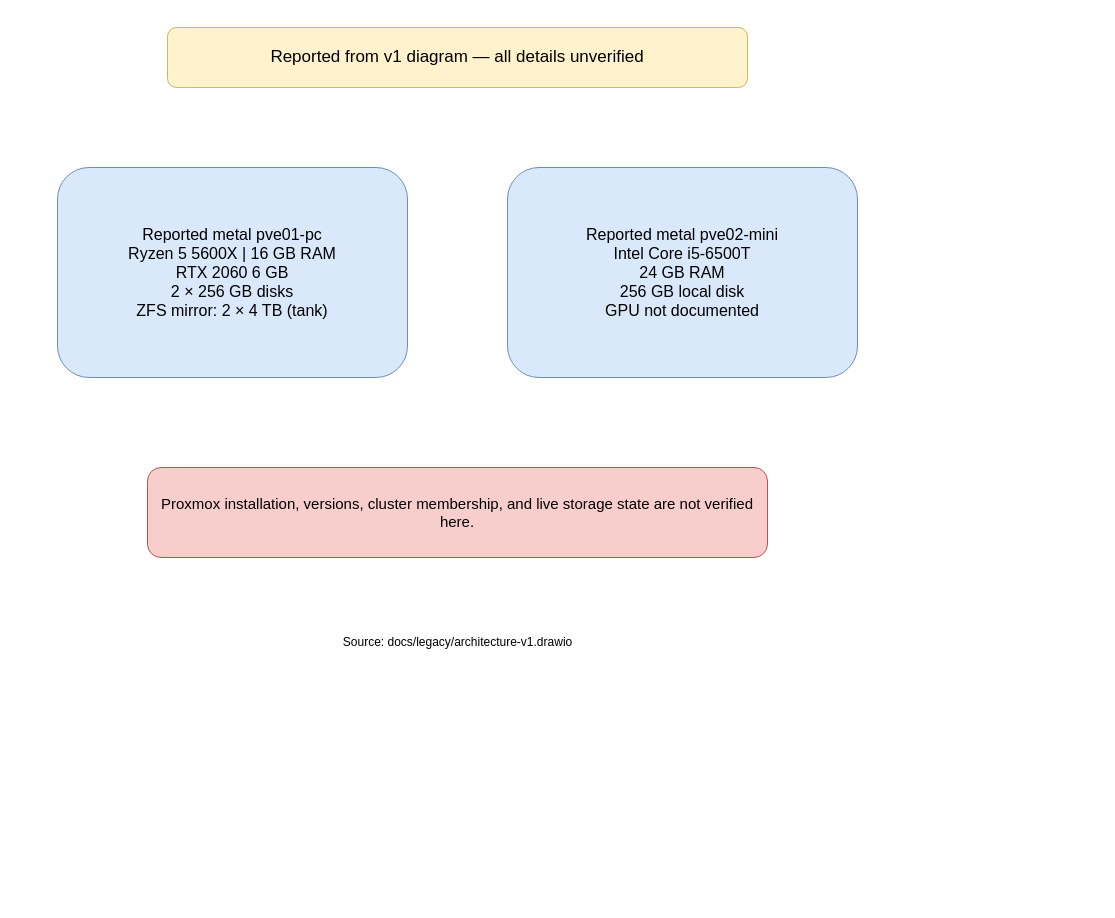
Before: diagrams/physical.drawio in WillGle/homelab, a draw.io diagram. Source tidied: cells renumbered, new cells numbered last; positions are measured from the earlier drawing's top-left corner, leaving out a move shared by most shapes. Both pictures are drawn from the tidied source at 100%, with x=0, y=0 at pixel (57, 27).
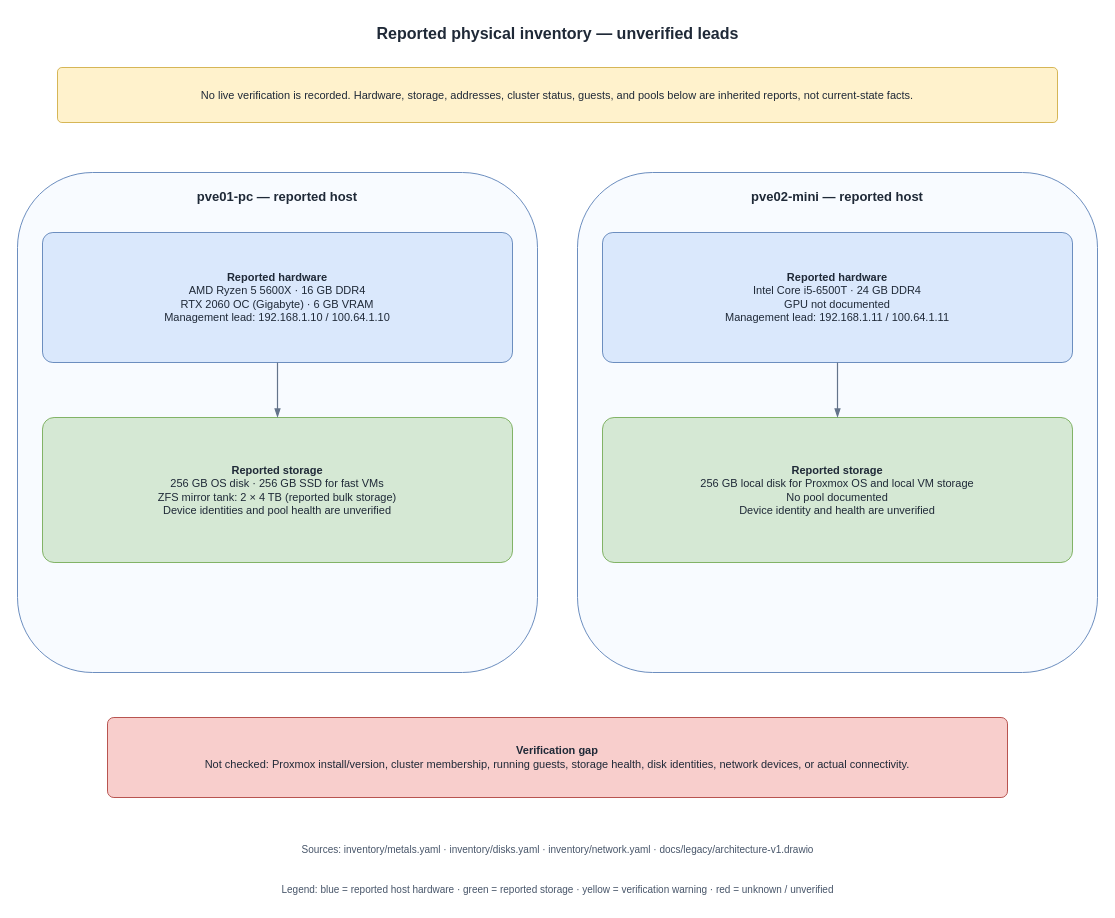
The same diagram, later.

Commit message (it also covers changes not shown here):
Redraw architecture diagrams

Change to the diagram source:
```diff
@@
-<mxGraphModel>
+<mxGraphModel background="#ffffff">
   <root>
     <mxCell id="0" />
     <mxCell id="1" parent="0" />
+    <mxCell id="7" value="Reported physical inventory — unverified leads" style="text;html=1;strokeColor=none;fillColor=none;align=center;verticalAlign=middle;fontColor=#1f2937;fontSize=16;fontStyle=1;" parent="1" vertex="1">
+      <mxGeometry x="-40" y="-10" width="1080" height="32" as="geometry" />
+    </mxCell>
-    <mxCell id="2" value="Reported from v1 diagram — all details unverified" style="rounded=1;whiteSpace=wrap;html=1;fillColor=#fff2cc;strokeColor=#d6b656;fontSize=17;" parent="1" vertex="1">
-      <mxGeometry x="110" width="580" height="60" as="geometry" />
+    <mxCell id="2" value="No live verification is recorded. Hardware, storage, addresses, cluster status, guests, and pools below are inherited reports, not current-state facts." style="rounded=1;arcSize=8;whiteSpace=wrap;html=1;fillColor=#fff2cc;strokeColor=#d6b656;fontColor=#1f2937;fontSize=11;" parent="1" vertex="1">
+      <mxGeometry y="40" width="1000" height="55" as="geometry" />
     </mxCell>
-    <mxCell id="3" value="Reported metal pve01-pc&#10;Ryzen 5 5600X | 16 GB RAM&#10;RTX 2060 6 GB&#10;2 × 256 GB disks&#10;ZFS mirror: 2 × 4 TB (tank)" style="rounded=1;whiteSpace=wrap;html=1;fillColor=#dae8fc;strokeColor=#6c8ebf;fontSize=16;" parent="1" vertex="1">
-      <mxGeometry y="140" width="350" height="210" as="geometry" />
-    </mxCell>
-    <mxCell id="4" value="Reported metal pve02-mini&#10;Intel Core i5-6500T&#10;24 GB RAM&#10;256 GB local disk&#10;GPU not documented" style="rounded=1;whiteSpace=wrap;html=1;fillColor=#dae8fc;strokeColor=#6c8ebf;fontSize=16;" parent="1" vertex="1">
-      <mxGeometry x="450" y="140" width="350" height="210" as="geometry" />
-    </mxCell>
-    <mxCell id="5" value="Proxmox installation, versions, cluster membership, and live storage state are not verified here." style="rounded=1;whiteSpace=wrap;html=1;fillColor=#f8cecc;strokeColor=#b85450;fontSize=15;" parent="1" vertex="1">
-      <mxGeometry x="90" y="440" width="620" height="90" as="geometry" />
-    </mxCell>
+    <mxCell id="8" value="pve01-pc — reported host" style="rounded=1;whiteSpace=wrap;html=1;fillColor=#f8fbff;strokeColor=#6c8ebf;verticalAlign=top;spacingTop=10;fontColor=#1f2937;fontSize=13;fontStyle=1;" parent="1" vertex="1">
+      <mxGeometry x="-40" y="145" width="520" height="500" as="geometry" />
+    </mxCell>
+    <mxCell id="9" value="pve02-mini — reported host" style="rounded=1;whiteSpace=wrap;html=1;fillColor=#f8fbff;strokeColor=#6c8ebf;verticalAlign=top;spacingTop=10;fontColor=#1f2937;fontSize=13;fontStyle=1;" parent="1" vertex="1">
+      <mxGeometry x="520" y="145" width="520" height="500" as="geometry" />
+    </mxCell>
+    <mxCell id="10" value="&lt;b&gt;Reported hardware&lt;/b&gt;&lt;br&gt;AMD Ryzen 5 5600X · 16 GB DDR4&lt;br&gt;RTX 2060 OC (Gigabyte) · 6 GB VRAM&lt;br&gt;Management lead: 192.168.1.10 / 100.64.1.10" style="rounded=1;arcSize=8;whiteSpace=wrap;html=1;fillColor=#dae8fc;strokeColor=#6c8ebf;fontColor=#1f2937;fontSize=11;" parent="8" vertex="1">
+      <mxGeometry x="25" y="60" width="470" height="130" as="geometry" />
+    </mxCell>
+    <mxCell id="11" value="&lt;b&gt;Reported storage&lt;/b&gt;&lt;br&gt;256 GB OS disk · 256 GB SSD for fast VMs&lt;br&gt;ZFS mirror tank: 2 × 4 TB (reported bulk storage)&lt;br&gt;Device identities and pool health are unverified" style="rounded=1;arcSize=8;whiteSpace=wrap;html=1;fillColor=#d5e8d4;strokeColor=#82b366;fontColor=#1f2937;fontSize=11;" parent="8" vertex="1">
+      <mxGeometry x="25" y="245" width="470" height="145" as="geometry" />
+    </mxCell>
+    <mxCell id="12" value="&lt;b&gt;Reported hardware&lt;/b&gt;&lt;br&gt;Intel Core i5-6500T · 24 GB DDR4&lt;br&gt;GPU not documented&lt;br&gt;Management lead: 192.168.1.11 / 100.64.1.11" style="rounded=1;arcSize=8;whiteSpace=wrap;html=1;fillColor=#dae8fc;strokeColor=#6c8ebf;fontColor=#1f2937;fontSize=11;" parent="9" vertex="1">
+      <mxGeometry x="25" y="60" width="470" height="130" as="geometry" />
+    </mxCell>
+    <mxCell id="13" value="&lt;b&gt;Reported storage&lt;/b&gt;&lt;br&gt;256 GB local disk for Proxmox OS and local VM storage&lt;br&gt;No pool documented&lt;br&gt;Device identity and health are unverified" style="rounded=1;arcSize=8;whiteSpace=wrap;html=1;fillColor=#d5e8d4;strokeColor=#82b366;fontColor=#1f2937;fontSize=11;" parent="9" vertex="1">
+      <mxGeometry x="25" y="245" width="470" height="145" as="geometry" />
+    </mxCell>
+    <mxCell id="14" value="&lt;b&gt;Verification gap&lt;/b&gt;&lt;br&gt;Not checked: Proxmox install/version, cluster membership, running guests, storage health, disk identities, network devices, or actual connectivity." style="rounded=1;arcSize=8;whiteSpace=wrap;html=1;fillColor=#f8cecc;strokeColor=#b85450;fontColor=#1f2937;fontSize=11;" parent="1" vertex="1">
+      <mxGeometry x="50" y="690" width="900" height="80" as="geometry" />
+    </mxCell>
-    <mxCell id="6" value="Source: docs/legacy/architecture-v1.drawio" style="text;html=1;strokeColor=none;fillColor=none;align=center;verticalAlign=middle;" parent="1" vertex="1">
-      <mxGeometry x="200" y="600" width="400" height="30" as="geometry" />
+    <mxCell id="6" value="Sources: inventory/metals.yaml · inventory/disks.yaml · inventory/network.yaml · docs/legacy/architecture-v1.drawio" style="text;html=1;strokeColor=none;fillColor=none;align=center;verticalAlign=middle;fontColor=#475569;fontSize=10;" parent="1" vertex="1">
+      <mxGeometry y="810" width="1000" height="24" as="geometry" />
     </mxCell>
+    <mxCell id="15" value="Legend: blue = reported host hardware · green = reported storage · yellow = verification warning · red = unknown / unverified" style="text;html=1;strokeColor=none;fillColor=none;align=center;verticalAlign=middle;fontColor=#475569;fontSize=10;" parent="1" vertex="1">
+      <mxGeometry x="20" y="850" width="960" height="24" as="geometry" />
+    </mxCell>
+    <mxCell id="16" style="edgeStyle=orthogonalEdgeStyle;rounded=1;html=1;labelBackgroundColor=#ffffff;jumpStyle=arc;jumpSize=6;endArrow=blockThin;endFill=1;strokeWidth=1.2;strokeColor=#64748b;fontColor=#334155;exitX=0.5;exitY=1;entryX=0.5;entryY=0;" parent="1" edge="1" source="10" target="11">
+      <mxGeometry relative="1" as="geometry" />
+    </mxCell>
+    <mxCell id="17" style="edgeStyle=orthogonalEdgeStyle;rounded=1;html=1;labelBackgroundColor=#ffffff;jumpStyle=arc;jumpSize=6;endArrow=blockThin;endFill=1;strokeWidth=1.2;strokeColor=#64748b;fontColor=#334155;exitX=0.5;exitY=1;entryX=0.5;entryY=0;" parent="1" edge="1" source="12" target="13">
+      <mxGeometry relative="1" as="geometry" />
+    </mxCell>
   </root>
 </mxGraphModel>
```
